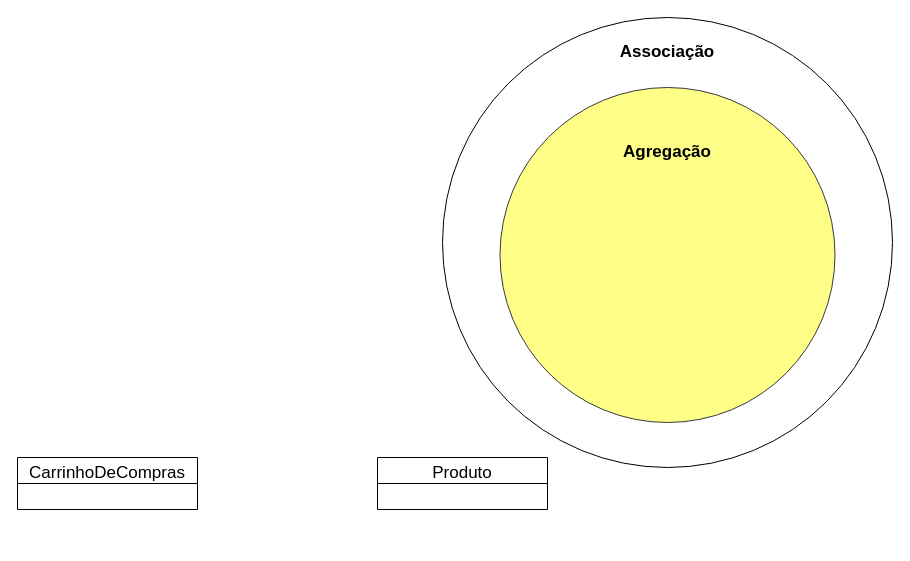
daantascaio/learningPython_Git keeps this draw.io diagram as Modulo_3_introPOO/agregacao_exmple.drawio. Above is the earlier version. Source tidied: cells renumbered, new cells numbered last; positions are measured from the earlier drawing's top-left corner, leaving out a move shared by most shapes. Both pictures are drawn from the tidied source at 100%, with x=0, y=0 at pixel (17, 17).
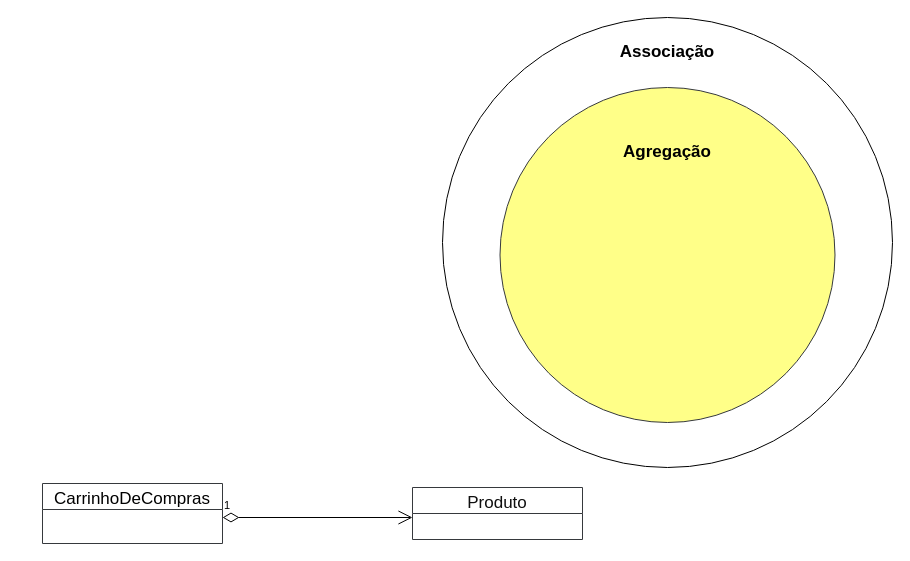
After the change.

Diff of the diagram source:
```diff
@@
-<mxGraphModel>
+<mxGraphModel background="#ffffff">
   <root>
     <mxCell id="0" />
     <mxCell id="1" parent="0" />
     <mxCell id="2" style="ellipse;whiteSpace=wrap;html=1;" parent="1" vertex="1">
       <mxGeometry x="425" width="450" height="450" as="geometry" />
     </mxCell>
     <mxCell id="3" style="ellipse;whiteSpace=wrap;html=1;fillColor=#ffff88;strokeColor=#36393d;" parent="1" vertex="1">
       <mxGeometry x="482.5" y="70" width="335" height="335" as="geometry" />
     </mxCell>
     <mxCell id="4" value="&lt;b&gt;&lt;font style=&quot;font-size: 17px;&quot;&gt;Associação&lt;/font&gt;&lt;/b&gt;" style="text;strokeColor=none;align=center;fillColor=none;html=1;verticalAlign=middle;whiteSpace=wrap;rounded=0;" parent="1" vertex="1">
       <mxGeometry x="620" y="20" width="60" height="30" as="geometry" />
     </mxCell>
     <mxCell id="5" value="&lt;b&gt;Agregação&lt;/b&gt;" style="text;strokeColor=none;align=center;fillColor=none;html=1;verticalAlign=middle;whiteSpace=wrap;rounded=0;fontSize=17;fontColor=#000000;" parent="1" vertex="1">
       <mxGeometry x="620" y="120" width="60" height="30" as="geometry" />
     </mxCell>
-    <mxCell id="6" value="CarrinhoDeCompras" style="swimlane;fontStyle=0;horizontal=1;startSize=26;fillColor=none;fontSize=17;fontColor=#000000;" parent="1" vertex="1">
-      <mxGeometry y="440" width="180" height="52" as="geometry" />
+    <mxCell id="6" value="CarrinhoDeCompras" style="swimlane;fontStyle=0;horizontal=1;startSize=26;fontSize=17;fillColor=#FFFFFF;strokeColor=#36393d;fontColor=#000000;" parent="1" vertex="1">
+      <mxGeometry x="25" y="466" width="180" height="60" as="geometry" />
     </mxCell>
-    <mxCell id="7" value="Produto" style="swimlane;fontStyle=0;horizontal=1;startSize=26;fillColor=none;fontSize=17;fontColor=#000000;" parent="1" vertex="1">
-      <mxGeometry x="360" y="440" width="170" height="52" as="geometry" />
+    <mxCell id="7" value="Produto" style="swimlane;fontStyle=0;horizontal=1;startSize=26;fillColor=#FFFFFF;fontSize=17;strokeColor=#36393d;fontColor=#0f0f0f;" parent="1" vertex="1">
+      <mxGeometry x="395" y="470" width="170" height="52" as="geometry" />
     </mxCell>
+    <mxCell id="8" value="1" style="endArrow=open;html=1;endSize=12;startArrow=diamondThin;startSize=14;startFill=0;edgeStyle=orthogonalEdgeStyle;align=left;verticalAlign=bottom;fontColor=#000000;fillColor=#f9f7ed;strokeColor=#000000;labelBackgroundColor=none;" parent="1" edge="1">
+      <mxGeometry x="-1" y="3" relative="1" as="geometry">
+        <mxPoint x="205" y="500" as="sourcePoint" />
+        <mxPoint x="395" y="500" as="targetPoint" />
+      </mxGeometry>
+    </mxCell>
   </root>
 </mxGraphModel>
```
